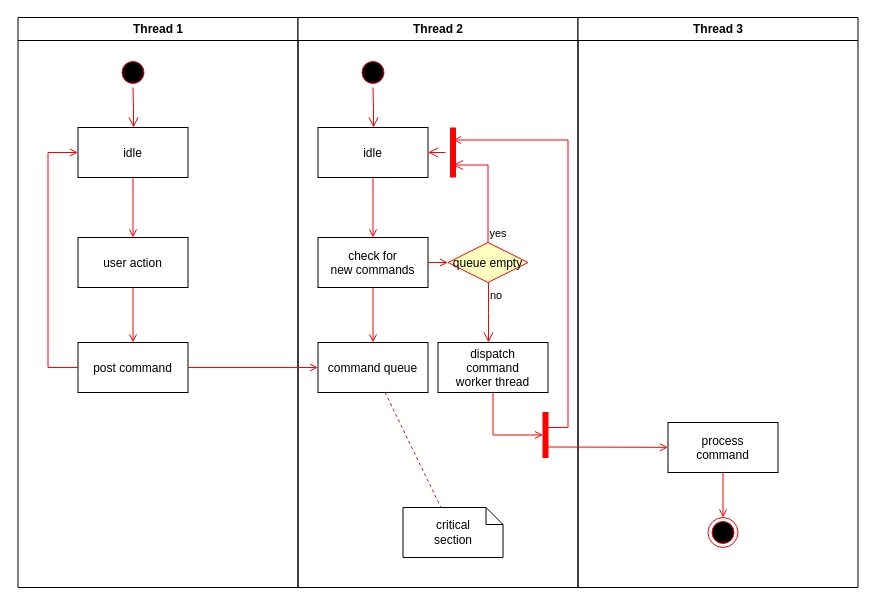
Before: Diagrams/UML/Untitled Diagram.drawio in arbdoescode/Group6-Project, a draw.io diagram. Source tidied: cells renumbered, new cells numbered last; positions are measured from the earlier drawing's top-left corner, leaving out a move shared by most shapes. Both pictures are drawn from the tidied source at 100%, with x=0, y=0 at pixel (17, 17).
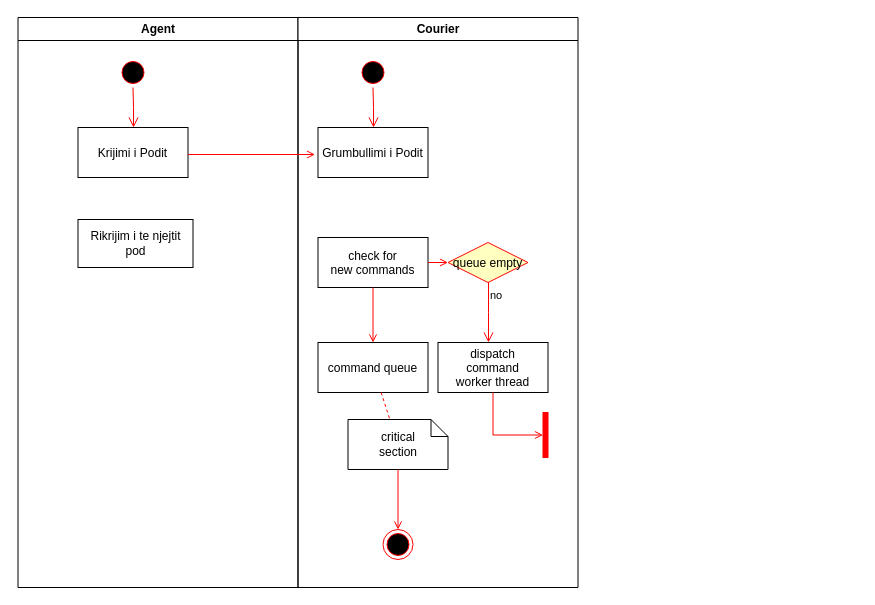
The same diagram, later.

The change refers to these unchanged cells:
```xml
<mxCell id="15" value="check for &#10;new commands" parent="11" vertex="1">
  <mxGeometry x="20" y="220" width="110" height="50" as="geometry" />
</mxCell>
<mxCell id="17" value="command queue" parent="11" vertex="1">
  <mxGeometry x="20" y="325" width="110" height="50" as="geometry" />
</mxCell>
<mxCell id="19" value="queue empty" style="rhombus;fillColor=#ffffc0;strokeColor=#ff0000;" parent="11" vertex="1">
  <mxGeometry x="150" y="225" width="80" height="40" as="geometry" />
</mxCell>
```

Diff of the diagram source:
```diff
@@
-    <mxCell id="2" value="Thread 1" style="swimlane;whiteSpace=wrap;" parent="1" vertex="1">
+    <mxCell id="2" value="Agent" style="swimlane;whiteSpace=wrap;" parent="1" vertex="1">
       <mxGeometry x="0.5" width="280" height="570" as="geometry" />
     </mxCell>
@@
-    <mxCell id="5" value="idle" parent="2" vertex="1">
+    <mxCell id="5" value="Krijimi i Podit" parent="2" vertex="1">
       <mxGeometry x="60" y="110" width="110" height="50" as="geometry" />
     </mxCell>
-    <mxCell id="6" value="user action" parent="2" vertex="1">
-      <mxGeometry x="60" y="220" width="110" height="50" as="geometry" />
-    </mxCell>
-    <mxCell id="7" style="endArrow=open;strokeColor=#FF0000;endFill=1;rounded=0;" parent="2" edge="1" source="5" target="6">
-      <mxGeometry relative="1" as="geometry" />
-    </mxCell>
-    <mxCell id="8" value="post command" parent="2" vertex="1">
-      <mxGeometry x="60" y="325" width="110" height="50" as="geometry" />
-    </mxCell>
-    <mxCell id="9" style="endArrow=open;strokeColor=#FF0000;endFill=1;rounded=0;" parent="2" edge="1" source="6" target="8">
-      <mxGeometry relative="1" as="geometry" />
-    </mxCell>
-    <mxCell id="10" style="edgeStyle=elbowEdgeStyle;elbow=horizontal;strokeColor=#FF0000;endArrow=open;endFill=1;rounded=0;" parent="2" edge="1" source="8" target="5">
-      <mxGeometry relative="1" as="geometry">
-        <Array as="points">
-          <mxPoint x="30" y="250" />
-        </Array>
-      </mxGeometry>
-    </mxCell>
+    <mxCell id="37" value="Rikrijim i te njejtit pod" style="rounded=0;whiteSpace=wrap;html=1;" parent="2" vertex="1">
+      <mxGeometry x="60" y="202" width="115" height="48" as="geometry" />
+    </mxCell>
-    <mxCell id="11" value="Thread 2" style="swimlane;whiteSpace=wrap;" parent="1" vertex="1">
+    <mxCell id="11" value="Courier" style="swimlane;whiteSpace=wrap;startSize=23;" parent="1" vertex="1">
       <mxGeometry x="280.5" width="280" height="570" as="geometry" />
     </mxCell>
@@
-    <mxCell id="14" value="idle" parent="11" vertex="1">
+    <mxCell id="14" value="Grumbullimi i Podit" parent="11" vertex="1">
       <mxGeometry x="20" y="110" width="110" height="50" as="geometry" />
     </mxCell>
@@
-    <mxCell id="16" style="endArrow=open;strokeColor=#FF0000;endFill=1;rounded=0;" parent="11" edge="1" source="14" target="15">
-      <mxGeometry relative="1" as="geometry" />
-    </mxCell>
@@
-    <mxCell id="20" value="yes" style="edgeStyle=elbowEdgeStyle;elbow=horizontal;align=left;verticalAlign=bottom;endArrow=open;endSize=8;strokeColor=#FF0000;exitX=0.5;exitY=0;endFill=1;rounded=0;entryX=0.75;entryY=0.5;entryPerimeter=0;" parent="11" edge="1" source="19" target="23">
-      <mxGeometry x="-1" relative="1" as="geometry">
-        <Array as="points">
-          <mxPoint x="190" y="180" />
-        </Array>
-      </mxGeometry>
-    </mxCell>
@@
-    <mxCell id="23" style="shape=line;strokeWidth=6;strokeColor=#ff0000;rotation=90;" parent="11" vertex="1">
-      <mxGeometry x="130" y="127.5" width="50" height="15" as="geometry" />
-    </mxCell>
-    <mxCell id="24" style="edgeStyle=elbowEdgeStyle;elbow=horizontal;verticalAlign=bottom;endArrow=open;endSize=8;strokeColor=#FF0000;endFill=1;rounded=0;" parent="11" edge="1" source="23" target="14">
-      <mxGeometry x="130" y="90" as="geometry" />
-    </mxCell>
@@
     <mxCell id="26" value="critical&#10;section" style="shape=note;whiteSpace=wrap;size=17;" parent="11" vertex="1">
-      <mxGeometry x="105" y="490" width="100" height="50" as="geometry" />
+      <mxGeometry x="50" y="402" width="100" height="50" as="geometry" />
     </mxCell>
@@
-    <mxCell id="30" value="Thread 3" style="swimlane;whiteSpace=wrap;" parent="1" vertex="1">
-      <mxGeometry x="560.5" width="280" height="570" as="geometry" />
-    </mxCell>
-    <mxCell id="31" value="process&#10;command" parent="30" vertex="1">
-      <mxGeometry x="90" y="405" width="110" height="50" as="geometry" />
-    </mxCell>
-    <mxCell id="32" style="edgeStyle=elbowEdgeStyle;elbow=horizontal;strokeColor=#FF0000;endArrow=open;endFill=1;rounded=0;entryX=0.25;entryY=0.5;entryPerimeter=0;" parent="30" edge="1" target="23">
-      <mxGeometry relative="1" as="geometry">
-        <mxPoint x="-30" y="410" as="sourcePoint" />
-        <Array as="points">
-          <mxPoint x="-10" y="135" />
-        </Array>
-      </mxGeometry>
-    </mxCell>
-    <mxCell id="33" style="edgeStyle=none;strokeColor=#FF0000;endArrow=open;endFill=1;rounded=0;" parent="30" edge="1" target="31">
-      <mxGeometry relative="1" as="geometry">
-        <mxPoint x="-30" y="429.5" as="sourcePoint" />
-      </mxGeometry>
-    </mxCell>
-    <mxCell id="34" style="ellipse;shape=endState;fillColor=#000000;strokeColor=#ff0000;" parent="30" vertex="1">
-      <mxGeometry x="130" y="500" width="30" height="30" as="geometry" />
+    <mxCell id="34" style="ellipse;shape=endState;fillColor=#000000;strokeColor=#ff0000;" parent="11" vertex="1">
+      <mxGeometry x="85" y="512" width="30" height="30" as="geometry" />
     </mxCell>
-    <mxCell id="35" style="endArrow=open;strokeColor=#FF0000;endFill=1;rounded=0;" parent="30" edge="1" source="31" target="34">
+    <mxCell id="35" style="endArrow=open;strokeColor=#FF0000;endFill=1;rounded=0;exitX=0.5;exitY=1;exitDx=0;exitDy=0;exitPerimeter=0;" parent="11" edge="1" source="26" target="34">
       <mxGeometry relative="1" as="geometry" />
     </mxCell>
-    <mxCell id="36" style="endArrow=open;strokeColor=#FF0000;endFill=1;rounded=0;" parent="1" edge="1" source="8" target="17">
-      <mxGeometry relative="1" as="geometry" />
-    </mxCell>
+    <mxCell id="7" style="endArrow=open;strokeColor=#FF0000;endFill=1;rounded=0;entryX=-0.027;entryY=0.54;entryDx=0;entryDy=0;entryPerimeter=0;" parent="1" edge="1" target="14">
+      <mxGeometry relative="1" as="geometry">
+        <mxPoint x="170.5" y="137" as="sourcePoint" />
+      </mxGeometry>
+    </mxCell>
```
